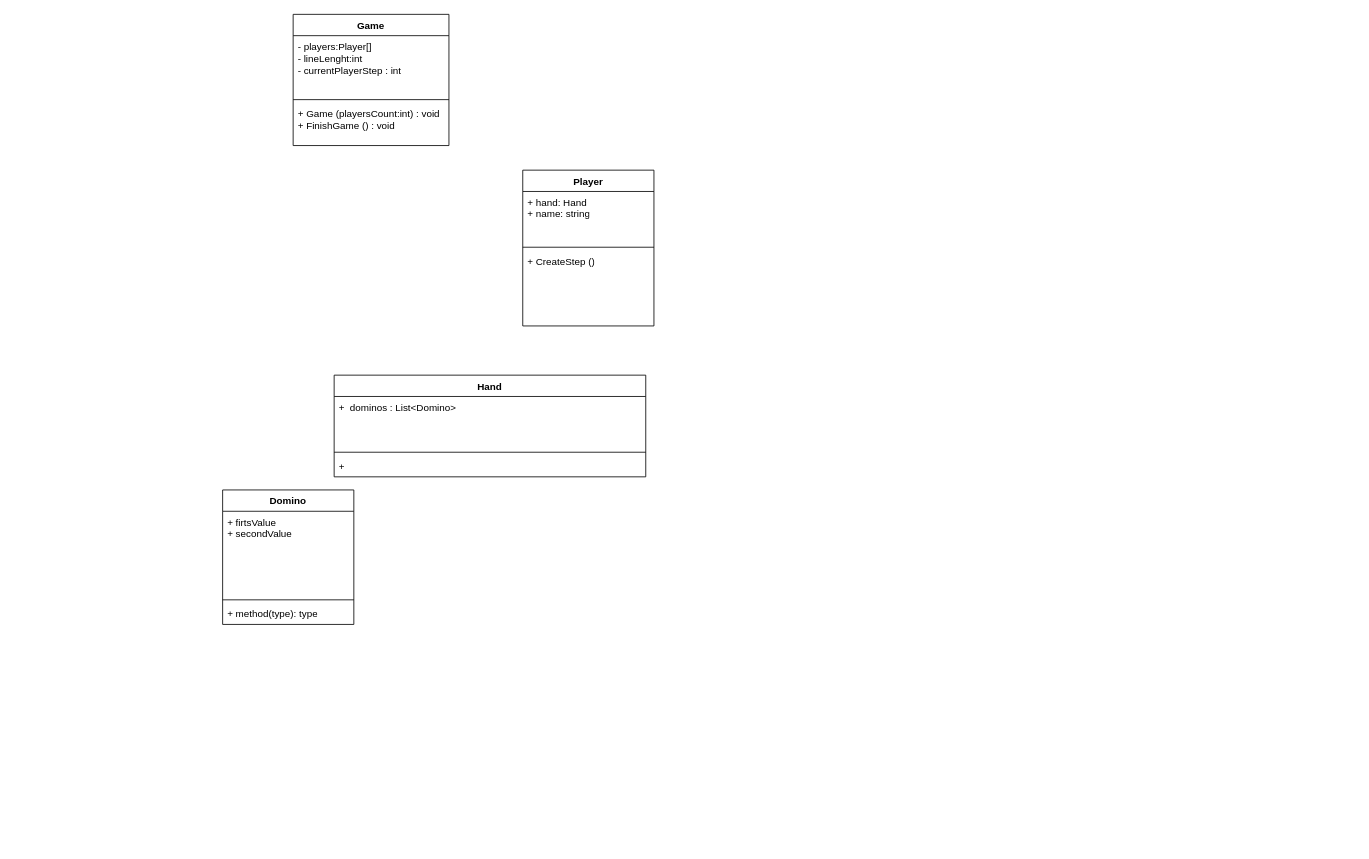
Above: OOP1.drawio in Ycalk/Diagrams (draw.io), before the change. Source tidied: cells renumbered, new cells numbered last; positions are measured from the earlier drawing's top-left corner, leaving out a move shared by most shapes. Both pictures are drawn from the tidied source at 82%, with x=0, y=0 at pixel (222, 14).
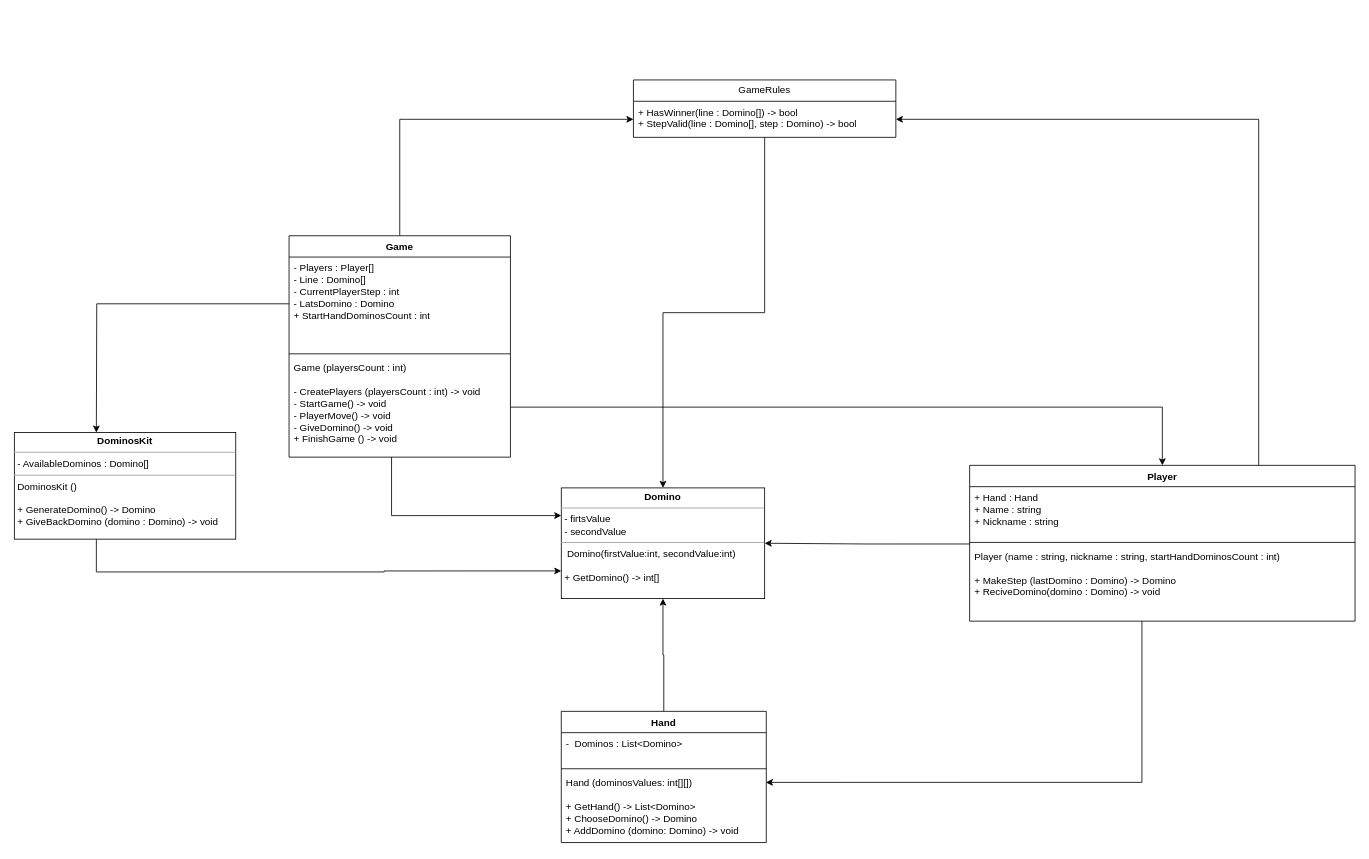
Above is the later version.

What changed in the source:
```diff
@@
+    <mxCell id="18" style="edgeStyle=orthogonalEdgeStyle;rounded=0;jettySize=auto;html=1;entryX=0;entryY=0.5;entryDx=0;entryDy=0;" parent="1" edge="1" source="2" target="30">
+      <mxGeometry relative="1" as="geometry" />
+    </mxCell>
     <mxCell id="2" value="Game" style="swimlane;fontStyle=1;align=center;verticalAlign=top;horizontal=1;startSize=26;whiteSpace=wrap;html=1;" parent="1" vertex="1">
-      <mxGeometry x="86" width="190" height="160" as="geometry" />
+      <mxGeometry x="81" y="270" width="270" height="270" as="geometry" />
     </mxCell>
-    <mxCell id="3" value="- players:Player[]&lt;br&gt;- lineLenght:int&lt;br&gt;- currentPlayerStep : int" style="text;strokeColor=none;fillColor=none;align=left;verticalAlign=top;spacingLeft=4;spacingRight=4;overflow=hidden;points=[[0,0.5],[1,0.5]];portConstraint=eastwest;whiteSpace=wrap;html=1;" parent="2" vertex="1">
-      <mxGeometry y="26" width="190" height="74" as="geometry" />
+    <mxCell id="3" value="- Players : Player[]&lt;br&gt;- Line : Domino[]&lt;br&gt;- CurrentPlayerStep : int&lt;br&gt;- LatsDomino : Domino&lt;br&gt;+ StartHandDominosCount : int" style="text;align=left;verticalAlign=top;spacingLeft=4;spacingRight=4;overflow=hidden;points=[[0,0.5],[1,0.5]];portConstraint=eastwest;whiteSpace=wrap;html=1;" parent="2" vertex="1">
+      <mxGeometry y="26" width="270" height="114" as="geometry" />
     </mxCell>
     <mxCell id="4" style="line;strokeWidth=1;fillColor=none;align=left;verticalAlign=middle;spacingTop=-1;spacingLeft=3;spacingRight=3;labelPosition=right;strokeColor=inherit;" parent="2" vertex="1">
-      <mxGeometry y="100" width="190" height="8" as="geometry" />
+      <mxGeometry y="140" width="270" height="8" as="geometry" />
     </mxCell>
-    <mxCell id="5" value="+ Game (playersCount:int) : void&lt;br&gt;+ FinishGame () : void" style="text;strokeColor=none;fillColor=none;align=left;verticalAlign=top;spacingLeft=4;spacingRight=4;overflow=hidden;points=[[0,0.5],[1,0.5]];portConstraint=eastwest;whiteSpace=wrap;html=1;" parent="2" vertex="1">
-      <mxGeometry y="108" width="190" height="52" as="geometry" />
+    <mxCell id="5" value="Game (playersCount : int)&lt;br&gt;&lt;br&gt;- CreatePlayers (playersCount : int) -&amp;gt; void&lt;br&gt;- StartGame() -&amp;gt; void&lt;br&gt;- PlayerMove() -&amp;gt; void&lt;br&gt;- GiveDomino() -&amp;gt; void&lt;br&gt;+ FinishGame () -&amp;gt; void" style="text;strokeColor=none;fillColor=none;align=left;verticalAlign=top;spacingLeft=4;spacingRight=4;overflow=hidden;points=[[0,0.5],[1,0.5]];portConstraint=eastwest;whiteSpace=wrap;html=1;" parent="2" vertex="1">
+      <mxGeometry y="148" width="270" height="122" as="geometry" />
     </mxCell>
     <mxCell id="6" value="Player" style="swimlane;fontStyle=1;align=center;verticalAlign=top;horizontal=1;startSize=26;whiteSpace=wrap;html=1;" parent="1" vertex="1">
-      <mxGeometry x="366" y="190" width="160" height="190" as="geometry" />
+      <mxGeometry x="911" y="550" width="470" height="190" as="geometry" />
     </mxCell>
-    <mxCell id="7" value="+ hand: Hand&lt;br&gt;+ name: string" style="text;strokeColor=none;fillColor=none;align=left;verticalAlign=top;spacingLeft=4;spacingRight=4;overflow=hidden;whiteSpace=wrap;html=1;" parent="6" vertex="1">
-      <mxGeometry y="26" width="160" height="64" as="geometry" />
+    <mxCell id="7" value="+ Hand : Hand&lt;br&gt;+ Name : string&lt;br&gt;+ Nickname : string" style="text;strokeColor=none;fillColor=none;align=left;verticalAlign=top;spacingLeft=4;spacingRight=4;overflow=hidden;whiteSpace=wrap;html=1;" parent="6" vertex="1">
+      <mxGeometry y="26" width="470" height="64" as="geometry" />
     </mxCell>
     <mxCell id="8" style="line;strokeWidth=1;fillColor=none;align=left;verticalAlign=middle;spacingTop=-1;spacingLeft=3;spacingRight=3;labelPosition=right;strokeColor=inherit;" parent="6" vertex="1">
-      <mxGeometry y="90" width="160" height="8" as="geometry" />
+      <mxGeometry y="90" width="470" height="8" as="geometry" />
     </mxCell>
-    <mxCell id="9" value="+ CreateStep ()" style="text;strokeColor=none;fillColor=none;align=left;verticalAlign=top;spacingLeft=4;spacingRight=4;overflow=hidden;points=[[0,0.5],[1,0.5]];portConstraint=eastwest;whiteSpace=wrap;html=1;" parent="6" vertex="1">
-      <mxGeometry y="98" width="160" height="92" as="geometry" />
+    <mxCell id="9" value="Player (name : string, nickname : string, startHandDominosCount : int)&lt;br&gt;&lt;br&gt;+ MakeStep (lastDomino : Domino) -&amp;gt; Domino&lt;br&gt;+ ReciveDomino(domino : Domino) -&amp;gt; void" style="text;strokeColor=none;fillColor=none;align=left;verticalAlign=top;spacingLeft=4;spacingRight=4;overflow=hidden;points=[[0,0.5],[1,0.5]];portConstraint=eastwest;whiteSpace=wrap;html=1;" parent="6" vertex="1">
+      <mxGeometry y="98" width="470" height="92" as="geometry" />
     </mxCell>
+    <mxCell id="19" style="edgeStyle=orthogonalEdgeStyle;rounded=0;jettySize=auto;html=1;entryX=0.5;entryY=1;entryDx=0;entryDy=0;" parent="1" edge="1" source="10" target="20">
+      <mxGeometry relative="1" as="geometry" />
+    </mxCell>
     <mxCell id="10" value="Hand" style="swimlane;fontStyle=1;align=center;verticalAlign=top;horizontal=1;startSize=26;whiteSpace=wrap;html=1;" parent="1" vertex="1">
-      <mxGeometry x="136" y="440" width="380" height="124" as="geometry" />
+      <mxGeometry x="413" y="850" width="250" height="160" as="geometry" />
     </mxCell>
-    <mxCell id="11" value="+&amp;nbsp; dominos : List&amp;lt;Domino&amp;gt;" style="text;strokeColor=none;fillColor=none;align=left;verticalAlign=top;spacingLeft=4;spacingRight=4;overflow=hidden;whiteSpace=wrap;html=1;" parent="10" vertex="1">
-      <mxGeometry y="26" width="380" height="64" as="geometry" />
+    <mxCell id="11" value="-&amp;nbsp; Dominos : List&amp;lt;Domino&amp;gt;" style="text;strokeColor=none;fillColor=none;align=left;verticalAlign=top;spacingLeft=4;spacingRight=4;overflow=hidden;whiteSpace=wrap;html=1;" parent="10" vertex="1">
+      <mxGeometry y="26" width="250" height="40" as="geometry" />
     </mxCell>
     <mxCell id="12" style="line;strokeWidth=1;fillColor=none;align=left;verticalAlign=middle;spacingTop=-1;spacingLeft=3;spacingRight=3;labelPosition=right;strokeColor=inherit;" parent="10" vertex="1">
-      <mxGeometry y="90" width="380" height="8" as="geometry" />
+      <mxGeometry y="66" width="250" height="8" as="geometry" />
     </mxCell>
-    <mxCell id="13" value="+&amp;nbsp;" style="text;strokeColor=none;fillColor=none;align=left;verticalAlign=top;spacingLeft=4;spacingRight=4;overflow=hidden;points=[[0,0.5],[1,0.5]];portConstraint=eastwest;whiteSpace=wrap;html=1;" parent="10" vertex="1">
-      <mxGeometry y="98" width="380" height="26" as="geometry" />
+    <mxCell id="13" value="Hand (dominosValues: int[][])&lt;br&gt;&lt;br&gt;+ GetHand() -&amp;gt; List&amp;lt;Domino&amp;gt;&lt;br&gt;+ ChooseDomino() -&amp;gt; Domino&lt;br&gt;+ AddDomino (domino: Domino) -&amp;gt; void" style="text;strokeColor=none;fillColor=none;align=left;verticalAlign=top;spacingLeft=4;spacingRight=4;overflow=hidden;points=[[0,0.5],[1,0.5]];portConstraint=eastwest;whiteSpace=wrap;html=1;" parent="10" vertex="1">
+      <mxGeometry y="74" width="250" height="86" as="geometry" />
     </mxCell>
-    <mxCell id="14" value="Domino" style="swimlane;fontStyle=1;align=center;verticalAlign=top;horizontal=1;startSize=26;whiteSpace=wrap;html=1;" parent="1" vertex="1">
-      <mxGeometry y="580" width="160" height="164" as="geometry" />
-    </mxCell>
-    <mxCell id="15" value="+ firtsValue&lt;br&gt;+ secondValue" style="text;strokeColor=none;fillColor=none;align=left;verticalAlign=top;spacingLeft=4;spacingRight=4;overflow=hidden;whiteSpace=wrap;html=1;" parent="14" vertex="1">
-      <mxGeometry y="26" width="160" height="104" as="geometry" />
-    </mxCell>
-    <mxCell id="16" style="line;strokeWidth=1;fillColor=none;align=left;verticalAlign=middle;spacingTop=-1;spacingLeft=3;spacingRight=3;labelPosition=right;strokeColor=inherit;" parent="14" vertex="1">
-      <mxGeometry y="130" width="160" height="8" as="geometry" />
-    </mxCell>
-    <mxCell id="17" value="+ method(type): type" style="text;strokeColor=none;fillColor=none;align=left;verticalAlign=top;spacingLeft=4;spacingRight=4;overflow=hidden;whiteSpace=wrap;html=1;" parent="14" vertex="1">
-      <mxGeometry y="138" width="160" height="26" as="geometry" />
-    </mxCell>
+    <mxCell id="20" value="&lt;p style=&quot;margin:0px;margin-top:4px;text-align:center;&quot;&gt;&lt;b&gt;Domino&lt;/b&gt;&lt;/p&gt;&lt;hr size=&quot;1&quot;&gt;&lt;p style=&quot;margin:0px;margin-left:4px;&quot;&gt;- firtsValue&lt;br style=&quot;border-color: var(--border-color);&quot;&gt;- secondValue&lt;br&gt;&lt;/p&gt;&lt;hr size=&quot;1&quot;&gt;&lt;p style=&quot;margin:0px;margin-left:4px;&quot;&gt;&amp;nbsp;Domino(firstValue:int, secondValue:int)&lt;/p&gt;&lt;p style=&quot;margin:0px;margin-left:4px;&quot;&gt;&lt;br&gt;&lt;/p&gt;&lt;p style=&quot;margin:0px;margin-left:4px;&quot;&gt;+ GetDomino() -&amp;gt; int[]&lt;/p&gt;" style="verticalAlign=top;align=left;overflow=fill;fontSize=12;fontFamily=Helvetica;html=1;whiteSpace=wrap;" parent="1" vertex="1">
+      <mxGeometry x="413" y="577.5" width="248" height="135" as="geometry" />
+    </mxCell>
+    <mxCell id="21" style="edgeStyle=orthogonalEdgeStyle;rounded=0;jettySize=auto;html=1;" parent="1" edge="1" source="5" target="6">
+      <mxGeometry relative="1" as="geometry" />
+    </mxCell>
+    <mxCell id="22" style="edgeStyle=orthogonalEdgeStyle;rounded=0;jettySize=auto;html=1;entryX=0.998;entryY=0.147;entryDx=0;entryDy=0;entryPerimeter=0;exitX=0.447;exitY=1;exitDx=0;exitDy=0;exitPerimeter=0;" parent="1" edge="1" source="9" target="13">
+      <mxGeometry relative="1" as="geometry" />
+    </mxCell>
+    <mxCell id="23" style="edgeStyle=orthogonalEdgeStyle;rounded=0;jettySize=auto;html=1;entryX=1;entryY=0.5;entryDx=0;entryDy=0;exitX=0.001;exitY=-0.023;exitDx=0;exitDy=0;exitPerimeter=0;" parent="1" edge="1" source="9" target="20">
+      <mxGeometry relative="1" as="geometry" />
+    </mxCell>
+    <mxCell id="24" style="edgeStyle=orthogonalEdgeStyle;rounded=0;jettySize=auto;html=1;entryX=0;entryY=0.25;entryDx=0;entryDy=0;" parent="1" edge="1" source="5" target="20">
+      <mxGeometry relative="1" as="geometry">
+        <Array as="points">
+          <mxPoint x="206" y="611" />
+        </Array>
+      </mxGeometry>
+    </mxCell>
+    <mxCell id="25" style="edgeStyle=orthogonalEdgeStyle;rounded=0;jettySize=auto;html=1;entryX=0;entryY=0.75;entryDx=0;entryDy=0;" parent="1" edge="1" target="20">
+      <mxGeometry relative="1" as="geometry">
+        <mxPoint x="-154" y="640" as="sourcePoint" />
+        <Array as="points">
+          <mxPoint x="-154" y="680" />
+          <mxPoint x="197" y="680" />
+          <mxPoint x="197" y="679" />
+        </Array>
+      </mxGeometry>
+    </mxCell>
+    <mxCell id="26" value="&lt;p style=&quot;margin:0px;margin-top:4px;text-align:center;&quot;&gt;&lt;b&gt;DominosKit&lt;/b&gt;&lt;/p&gt;&lt;hr size=&quot;1&quot;&gt;&lt;p style=&quot;margin:0px;margin-left:4px;&quot;&gt;- AvailableDominos : Domino[]&lt;/p&gt;&lt;hr size=&quot;1&quot;&gt;&lt;p style=&quot;margin:0px;margin-left:4px;&quot;&gt;&lt;span style=&quot;background-color: initial;&quot;&gt;DominosKit ()&lt;/span&gt;&lt;/p&gt;&lt;p style=&quot;margin:0px;margin-left:4px;&quot;&gt;&lt;span style=&quot;background-color: initial;&quot;&gt;&lt;br&gt;&lt;/span&gt;&lt;/p&gt;&lt;p style=&quot;margin:0px;margin-left:4px;&quot;&gt;&lt;span style=&quot;background-color: initial;&quot;&gt;+ GenerateDomino() -&amp;gt; Domino&lt;/span&gt;&lt;/p&gt;&lt;p style=&quot;margin:0px;margin-left:4px;&quot;&gt;&lt;span style=&quot;background-color: initial;&quot;&gt;+ GiveBackDomino (domino : Domino) -&amp;gt; void&amp;nbsp;&lt;/span&gt;&lt;/p&gt;" style="verticalAlign=top;align=left;overflow=fill;fontSize=12;fontFamily=Helvetica;html=1;whiteSpace=wrap;" parent="1" vertex="1">
+      <mxGeometry x="-254" y="510" width="270" height="130" as="geometry" />
+    </mxCell>
+    <mxCell id="27" style="edgeStyle=orthogonalEdgeStyle;rounded=0;jettySize=auto;html=1;entryX=0.5;entryY=0;entryDx=0;entryDy=0;" parent="1" edge="1" source="3">
+      <mxGeometry relative="1" as="geometry">
+        <mxPoint x="-154" y="510" as="targetPoint" />
+      </mxGeometry>
+    </mxCell>
+    <mxCell id="28" style="edgeStyle=orthogonalEdgeStyle;rounded=0;jettySize=auto;html=1;entryX=0.5;entryY=0;entryDx=0;entryDy=0;" parent="1" edge="1" source="29" target="20">
+      <mxGeometry relative="1" as="geometry" />
+    </mxCell>
+    <mxCell id="29" value="GameRules" style="swimlane;fontStyle=0;horizontal=1;startSize=26;fillColor=none;whiteSpace=wrap;html=1;" parent="1" vertex="1">
+      <mxGeometry x="501" y="80" width="320" height="70" as="geometry" />
+    </mxCell>
+    <mxCell id="30" value="+ HasWinner(line : Domino[]) -&amp;gt; bool&lt;br&gt;+ StepValid(line : Domino[], step : Domino) -&amp;gt; bool" style="text;strokeColor=none;fillColor=none;align=left;verticalAlign=top;spacingLeft=4;spacingRight=4;overflow=hidden;points=[[0,0.5],[1,0.5]];portConstraint=eastwest;whiteSpace=wrap;html=1;" parent="29" vertex="1">
+      <mxGeometry y="26" width="320" height="44" as="geometry" />
+    </mxCell>
+    <mxCell id="31" style="edgeStyle=orthogonalEdgeStyle;rounded=0;jettySize=auto;html=1;entryX=1;entryY=0.5;entryDx=0;entryDy=0;exitX=0.75;exitY=0;exitDx=0;exitDy=0;" parent="1" edge="1" source="6" target="30">
+      <mxGeometry relative="1" as="geometry" />
+    </mxCell>
```
